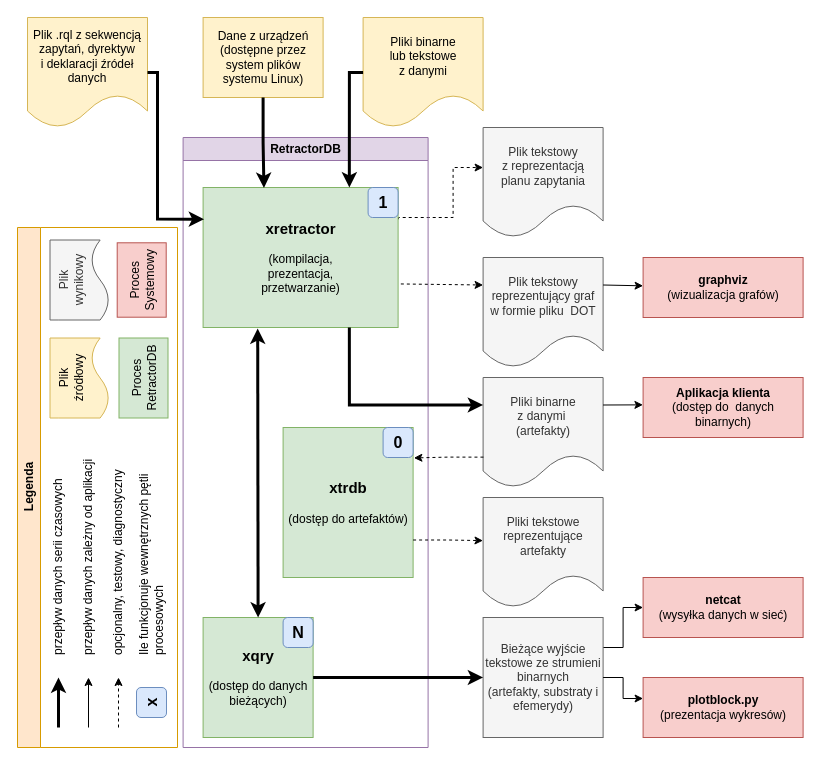
This is page "Przepływ danych i sterowania" (1 of 4) of src/UML/data_and_control_flow-pl.drawio from michalwidera/retractordb, a draw.io file, before an edit. Source tidied: cells renumbered, new cells numbered last; positions are measured from the earlier drawing's top-left corner, leaving out a move shared by most shapes. Both pictures are drawn from the tidied source at 100%, with x=0, y=0 at pixel (-163, 17).
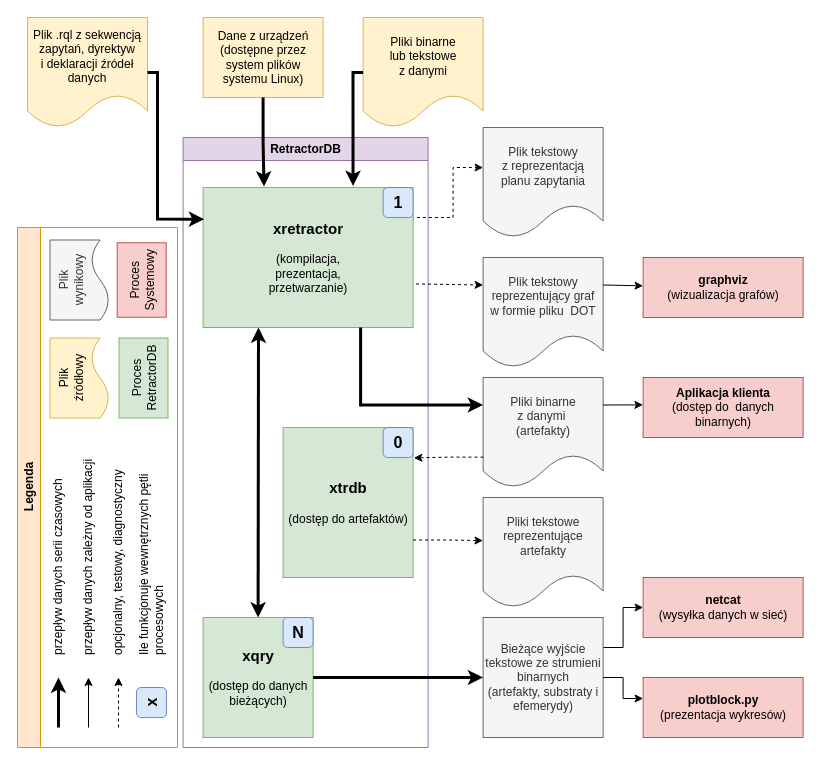
The same diagram, later.

The change refers to these unchanged cells:
```xml
<mxCell id="2" value="Dane z urządzeń&lt;div&gt;(dostępne przez system plików&lt;/div&gt;&lt;div&gt;systemu Linux)&lt;/div&gt;" style="rounded=0;whiteSpace=wrap;html=1;fillColor=#fff2cc;strokeColor=#d6b656;" parent="1" vertex="1">
  <mxGeometry x="365.6" width="120" height="80" as="geometry" />
</mxCell>
<mxCell id="9" value="Pliki binarne&lt;div&gt;lub tekstowe&lt;/div&gt;&lt;div&gt;z danymi&lt;/div&gt;" style="shape=document;whiteSpace=wrap;html=1;boundedLbl=1;fillColor=#fff2cc;strokeColor=#d6b656;" parent="1" vertex="1">
  <mxGeometry x="525.6" width="120" height="110" as="geometry" />
</mxCell>
<mxCell id="14" value="RetractorDB" style="swimlane;whiteSpace=wrap;html=1;fillColor=#e1d5e7;strokeColor=#9673a6;" parent="1" vertex="1">
  <mxGeometry x="345.6" y="120" width="245" height="610" as="geometry" />
</mxCell>
<mxCell id="16" value="&lt;b&gt;&lt;font style=&quot;font-size: 15px;&quot;&gt;xqry&lt;/font&gt;&lt;/b&gt;&lt;div&gt;&lt;br&gt;&lt;div&gt;(dostęp do danych bieżących)&lt;/div&gt;&lt;/div&gt;" style="rounded=0;whiteSpace=wrap;html=1;fillColor=#d5e8d4;strokeColor=#82b366;" parent="14" vertex="1">
  <mxGeometry x="20" y="480" width="110" height="120" as="geometry" />
</mxCell>
```

What changed in the source:
```diff
@@
     <mxCell id="15" value="&lt;b&gt;&lt;font style=&quot;font-size: 15px;&quot;&gt;xretractor&lt;/font&gt;&lt;/b&gt;&lt;br&gt;&lt;br&gt;&lt;div&gt;(kompilacja,&lt;/div&gt;&lt;div&gt;prezentacja,&lt;/div&gt;&lt;div&gt;przetwarzanie)&lt;/div&gt;" style="rounded=0;whiteSpace=wrap;html=1;fillColor=#d5e8d4;strokeColor=#82b366;" parent="14" vertex="1">
-      <mxGeometry x="20" y="50" width="195" height="140" as="geometry" />
+      <mxGeometry x="20" y="50" width="210" height="140" as="geometry" />
     </mxCell>
@@
-    <mxCell id="17" style="endArrow=classic;startArrow=classic;html=1;rounded=0;entryX=0.28;entryY=1.008;entryDx=0;entryDy=0;entryPerimeter=0;exitX=0.5;exitY=0;exitDx=0;exitDy=0;strokeWidth=3;" parent="14" edge="1" source="16" target="15">
-      <mxGeometry relative="1" as="geometry" />
+    <mxCell id="17" style="endArrow=classic;startArrow=classic;html=1;rounded=0;exitX=0.5;exitY=0;exitDx=0;exitDy=0;strokeWidth=3;" parent="14" edge="1" source="16">
+      <mxGeometry relative="1" as="geometry">
+        <mxPoint x="75.4" y="190" as="targetPoint" />
+      </mxGeometry>
     </mxCell>
@@
     <mxCell id="19" value="&lt;b&gt;&lt;font style=&quot;font-size: 16px;&quot;&gt;1&lt;/font&gt;&lt;/b&gt;" style="rounded=1;whiteSpace=wrap;html=1;fillColor=#dae8fc;strokeColor=#6c8ebf;" parent="14" vertex="1">
-      <mxGeometry x="185" y="50" width="30" height="30" as="geometry" />
+      <mxGeometry x="200" y="50" width="30" height="30" as="geometry" />
     </mxCell>
@@
-    <mxCell id="45" style="endArrow=classic;html=1;rounded=0;exitX=0.5;exitY=1;exitDx=0;exitDy=0;entryX=0.312;entryY=0.003;entryDx=0;entryDy=0;edgeStyle=orthogonalEdgeStyle;entryPerimeter=0;strokeWidth=3;" parent="1" edge="1" source="2" target="15">
+    <mxCell id="45" style="endArrow=classic;html=1;rounded=0;exitX=0.5;exitY=1;exitDx=0;exitDy=0;entryX=0.29;entryY=-0.007;entryDx=0;entryDy=0;edgeStyle=orthogonalEdgeStyle;entryPerimeter=0;strokeWidth=3;" parent="1" edge="1" source="2" target="15">
       <mxGeometry relative="1" as="geometry" />
     </mxCell>
-    <mxCell id="46" style="endArrow=classic;html=1;rounded=0;exitX=0;exitY=0.5;exitDx=0;exitDy=0;entryX=0.75;entryY=0;entryDx=0;entryDy=0;edgeStyle=orthogonalEdgeStyle;strokeWidth=3;jumpSize=6;" parent="1" edge="1" source="9" target="15">
+    <mxCell id="46" style="endArrow=classic;html=1;rounded=0;exitX=0;exitY=0.5;exitDx=0;exitDy=0;entryX=0.714;entryY=-0.011;entryDx=0;entryDy=0;edgeStyle=orthogonalEdgeStyle;strokeWidth=3;jumpSize=6;entryPerimeter=0;" parent="1" edge="1" source="9" target="15">
       <mxGeometry relative="1" as="geometry" />
     </mxCell>
```
